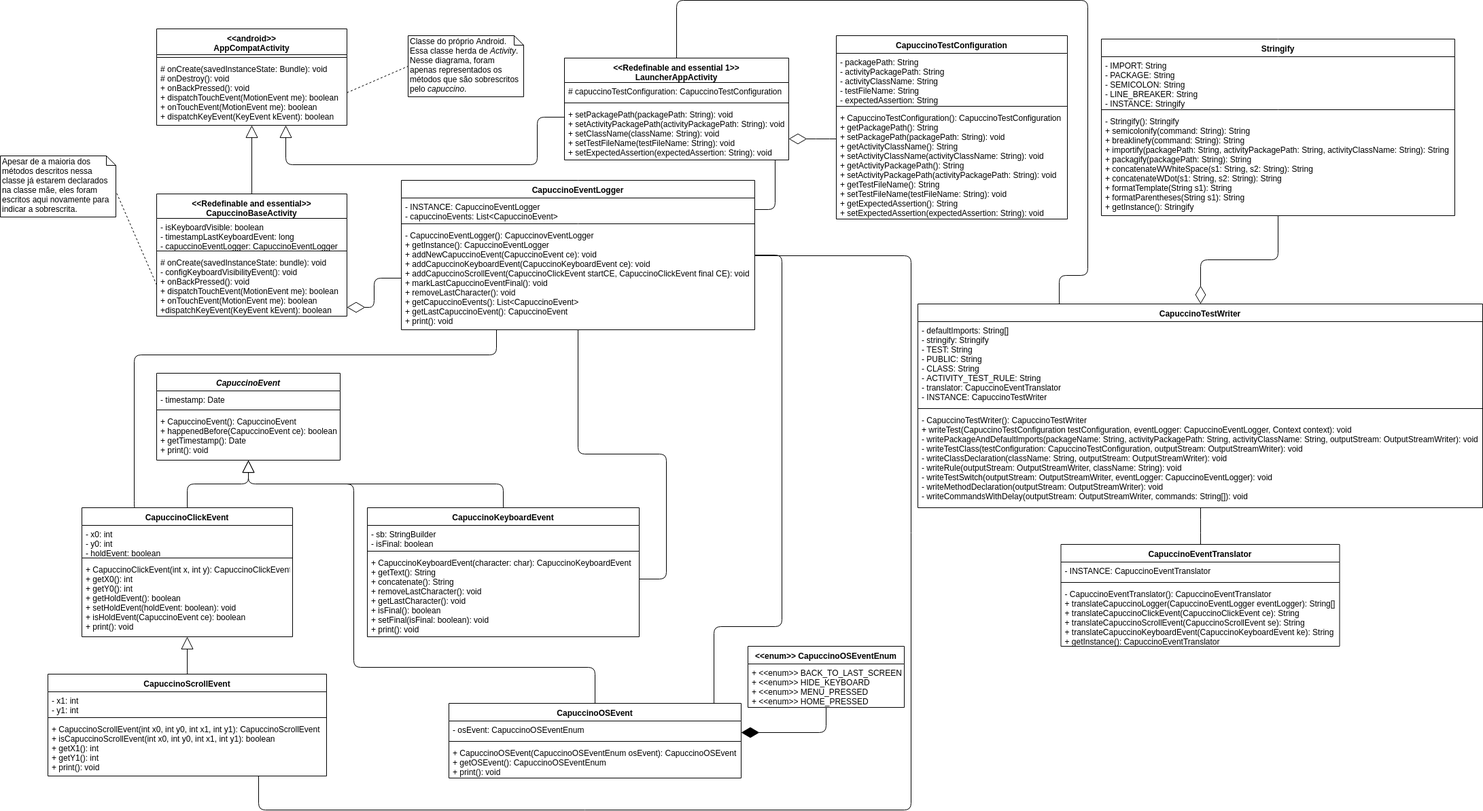
Above: src/text/tex/img/capuccinoDiagram.png in Olegario96/TCC (draw.io), before the change. Source tidied: cells renumbered, new cells last; positions are measured from the earlier drawing's top-left corner, leaving out a move shared by most shapes.
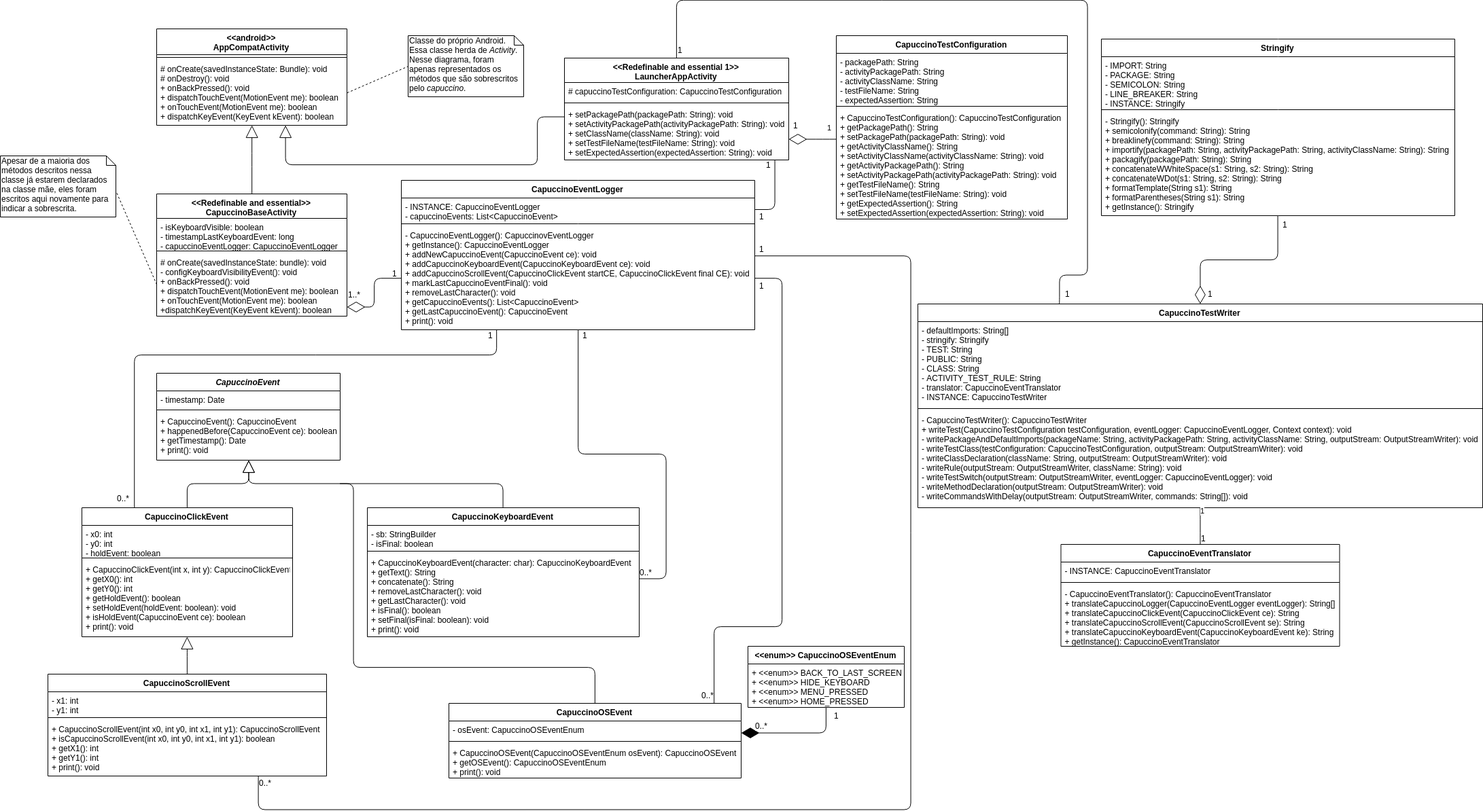
The same diagram one commit later.

Change to the diagram source:
```diff
@@ -26,6 +26,11 @@
     <mxCell id="9" style="endArrow=block;endSize=16;endFill=0;html=1;edgeStyle=orthogonalEdgeStyle;exitX=0.5;exitY=0;exitDx=0;exitDy=0;" parent="1" edge="1" source="5" target="2">
       <mxGeometry relative="1" as="geometry" />
     </mxCell>
+    <mxCell id="76" value="1&lt;br&gt;" style="text;html=1;align=center;verticalAlign=middle;labelBackgroundColor=#ffffff;" parent="9" vertex="1">
+      <mxGeometry x="-0.23" y="-5" relative="1" as="geometry">
+        <mxPoint x="205" y="156" as="offset" />
+      </mxGeometry>
+    </mxCell>
     <mxCell id="10" value="Classe do próprio Android. Essa classe herda de &lt;i&gt;Activity&lt;/i&gt;. Nesse diagrama, foram apenas representados os métodos que são sobrescritos pelo &lt;i&gt;capuccino&lt;/i&gt;." style="shape=note;whiteSpace=wrap;html=1;size=14;verticalAlign=top;align=left;spacingTop=-6;" parent="1" vertex="1">
       <mxGeometry x="600" y="52" width="170" height="90" as="geometry" />
     </mxCell>
@@ -58,6 +63,11 @@
         </Array>
       </mxGeometry>
     </mxCell>
+    <mxCell id="77" value="1..*" style="text;html=1;align=center;verticalAlign=middle;labelBackgroundColor=#ffffff;" parent="18" vertex="1">
+      <mxGeometry x="-0.35" y="10" relative="1" as="geometry">
+        <mxPoint x="-40" y="23" as="offset" />
+      </mxGeometry>
+    </mxCell>
     <mxCell id="19" value="CapuccinoEvent&#10;" style="swimlane;fontStyle=3;align=center;verticalAlign=top;horizontal=1;startSize=26;" parent="1" vertex="1">
       <mxGeometry x="230" y="549" width="270" height="128" as="geometry" />
     </mxCell>
@@ -141,6 +151,16 @@
         </Array>
       </mxGeometry>
     </mxCell>
+    <mxCell id="78" value="0..*" style="text;html=1;align=center;verticalAlign=middle;labelBackgroundColor=#ffffff;" parent="44" vertex="1">
+      <mxGeometry x="0.37" y="3" relative="1" as="geometry">
+        <mxPoint x="-21" y="-14" as="offset" />
+      </mxGeometry>
+    </mxCell>
+    <mxCell id="79" value="1" style="text;html=1;align=center;verticalAlign=middle;labelBackgroundColor=#ffffff;" parent="44" vertex="1">
+      <mxGeometry x="-0.54" y="-10" relative="1" as="geometry">
+        <mxPoint x="15" y="-16" as="offset" />
+      </mxGeometry>
+    </mxCell>
     <mxCell id="45" style="endArrow=none;html=1;edgeStyle=orthogonalEdgeStyle;exitX=0.5;exitY=0;exitDx=0;exitDy=0;" parent="1" edge="1" source="38">
       <mxGeometry relative="1" as="geometry">
         <mxPoint x="500" y="712" as="targetPoint" />
@@ -159,15 +179,35 @@
         </Array>
       </mxGeometry>
     </mxCell>
+    <mxCell id="80" value="1" style="text;html=1;align=center;verticalAlign=middle;labelBackgroundColor=#ffffff;" parent="46" vertex="1">
+      <mxGeometry x="0.61" y="3" relative="1" as="geometry">
+        <mxPoint x="13" y="-99" as="offset" />
+      </mxGeometry>
+    </mxCell>
+    <mxCell id="81" value="0..*" style="text;html=1;align=center;verticalAlign=middle;labelBackgroundColor=#ffffff;" parent="46" vertex="1">
+      <mxGeometry x="-0.85" y="24" relative="1" as="geometry">
+        <mxPoint x="-6" y="-10" as="offset" />
+      </mxGeometry>
+    </mxCell>
-    <mxCell id="47" style="endArrow=none;html=1;edgeStyle=orthogonalEdgeStyle;" parent="1" edge="1" source="38" target="14">
+    <mxCell id="47" style="endArrow=none;html=1;edgeStyle=orthogonalEdgeStyle;entryX=1;entryY=0.5;entryDx=0;entryDy=0;" parent="1" edge="1" source="38" target="17">
       <mxGeometry relative="1" as="geometry">
         <Array as="points">
           <mxPoint x="1050" y="922" />
           <mxPoint x="1150" y="922" />
-          <mxPoint x="1150" y="375" />
+          <mxPoint x="1150" y="409" />
         </Array>
       </mxGeometry>
     </mxCell>
+    <mxCell id="82" value="0..*" style="text;html=1;align=center;verticalAlign=middle;labelBackgroundColor=#ffffff;" parent="47" vertex="1">
+      <mxGeometry x="-0.92" y="-3" relative="1" as="geometry">
+        <mxPoint x="-13" y="18" as="offset" />
+      </mxGeometry>
+    </mxCell>
+    <mxCell id="83" value="1" style="text;html=1;align=center;verticalAlign=middle;labelBackgroundColor=#ffffff;" parent="47" vertex="1">
+      <mxGeometry x="0.75" y="-3" relative="1" as="geometry">
+        <mxPoint x="-33" y="-46" as="offset" />
+      </mxGeometry>
+    </mxCell>
     <mxCell id="48" style="endArrow=none;html=1;edgeStyle=orthogonalEdgeStyle;" parent="1" edge="1" source="28" target="14">
       <mxGeometry relative="1" as="geometry">
         <Array as="points">
@@ -177,6 +217,16 @@
         </Array>
       </mxGeometry>
     </mxCell>
+    <mxCell id="84" value="0..*&lt;br&gt;" style="text;html=1;align=center;verticalAlign=middle;labelBackgroundColor=#ffffff;" parent="48" vertex="1">
+      <mxGeometry x="-0.95" y="30" relative="1" as="geometry">
+        <mxPoint x="10" y="-10" as="offset" />
+      </mxGeometry>
+    </mxCell>
+    <mxCell id="85" value="1" style="text;html=1;align=center;verticalAlign=middle;labelBackgroundColor=#ffffff;" parent="48" vertex="1">
+      <mxGeometry x="0.91" y="-2" relative="1" as="geometry">
+        <mxPoint x="-82" y="-9" as="offset" />
+      </mxGeometry>
+    </mxCell>
     <mxCell id="49" style="endArrow=none;html=1;edgeStyle=orthogonalEdgeStyle;exitX=0.25;exitY=0;exitDx=0;exitDy=0;" parent="1" edge="1" source="23" target="17">
       <mxGeometry relative="1" as="geometry">
         <Array as="points">
@@ -185,6 +235,16 @@
         </Array>
       </mxGeometry>
     </mxCell>
+    <mxCell id="86" value="1" style="text;html=1;align=center;verticalAlign=middle;labelBackgroundColor=#ffffff;" parent="49" vertex="1">
+      <mxGeometry x="0.76" y="-2" relative="1" as="geometry">
+        <mxPoint x="48" y="-32" as="offset" />
+      </mxGeometry>
+    </mxCell>
+    <mxCell id="87" value="0..*" style="text;html=1;align=center;verticalAlign=middle;labelBackgroundColor=#ffffff;" parent="49" vertex="1">
+      <mxGeometry x="0.71" y="-1" relative="1" as="geometry">
+        <mxPoint x="-472" y="209" as="offset" />
+      </mxGeometry>
+    </mxCell>
     <mxCell id="50" value="&lt;&lt;Redefinable and essential 1&gt;&gt;&#10;LauncherAppActivity" style="swimlane;fontStyle=1;align=center;verticalAlign=top;horizontal=1;startSize=36;" parent="1" vertex="1">
       <mxGeometry x="830" y="85" width="330" height="150" as="geometry" />
     </mxCell>
@@ -218,12 +278,13 @@
     <mxCell id="58" value="+ CapuccinoTestConfiguration(): CapuccinoTestConfiguration&#10;+ getPackagePath(): String&#10;+ setPackagePath(packagePath: String): void&#10;+ getActivityClassName(): String&#10;+ setActivityClassName(activityClassName: String): void&#10;+ getActivityPackagePath(): String&#10;+ setActivityPackagePath(activityPackagePath: String): void&#10;+ getTestFileName(): String&#10;+ setTestFileName(testFileName: String): void&#10;+ getExpectedAssertion(): String&#10;+ setExpectedAssertion(expectedAssertion: String): void&#10;" style="text;strokeColor=none;fillColor=none;align=left;verticalAlign=top;spacingLeft=4;spacingRight=4;overflow=hidden;" parent="55" vertex="1">
       <mxGeometry y="108" width="340" height="162" as="geometry" />
     </mxCell>
-    <mxCell id="59" style="endArrow=diamondThin;endFill=0;endSize=24;html=1;edgeStyle=orthogonalEdgeStyle;" parent="1" edge="1" source="55" target="53">
-      <mxGeometry relative="1" as="geometry">
+    <mxCell id="59" value="1" style="endArrow=diamondThin;endFill=0;endSize=24;html=1;edgeStyle=orthogonalEdgeStyle;" parent="1" edge="1" source="55" target="53">
+      <mxGeometry x="-0.43" y="-20" relative="1" as="geometry">
         <Array as="points">
           <mxPoint x="1210" y="204" />
           <mxPoint x="1210" y="204" />
         </Array>
+        <mxPoint x="10" y="3" as="offset" />
       </mxGeometry>
     </mxCell>
     <mxCell id="60" style="endArrow=none;html=1;edgeStyle=orthogonalEdgeStyle;" parent="1" edge="1" source="15" target="53">
@@ -233,6 +294,16 @@
         </Array>
       </mxGeometry>
     </mxCell>
+    <mxCell id="88" value="1" style="text;html=1;align=center;verticalAlign=middle;labelBackgroundColor=#ffffff;" parent="60" vertex="1">
+      <mxGeometry x="-0.42" y="8" relative="1" as="geometry">
+        <mxPoint x="-12" y="9" as="offset" />
+      </mxGeometry>
+    </mxCell>
+    <mxCell id="89" value="1" style="text;html=1;align=center;verticalAlign=middle;labelBackgroundColor=#ffffff;" parent="60" vertex="1">
+      <mxGeometry x="0.63" y="2" relative="1" as="geometry">
+        <mxPoint x="-8" y="-13" as="offset" />
+      </mxGeometry>
+    </mxCell>
     <mxCell id="61" value="Stringify" style="swimlane;fontStyle=1;align=center;verticalAlign=top;horizontal=1;startSize=26;" parent="1" vertex="1">
       <mxGeometry x="1620" y="57" width="520" height="260" as="geometry" />
     </mxCell>
@@ -269,12 +340,27 @@
     <mxCell id="72" value="- CapuccinoEventTranslator(): CapuccinoEventTranslator&#10;+ translateCapuccinoLogger(CapuccinoEventLogger eventLogger): String[]&#10;+ translateCapuccinoClickEvent(CapuccinoClickEvent ce): String&#10;+ translateCapuccinoScrollEvent(CapuccinoScrollEvent se): String&#10;+ translateCapuccinoKeyboardEvent(CapuccinoKeyboardEvent ke): String&#10;+ getInstance(): CapuccinoEventTranslator&#10;" style="text;strokeColor=none;fillColor=none;align=left;verticalAlign=top;spacingLeft=4;spacingRight=4;overflow=hidden;" parent="69" vertex="1">
       <mxGeometry y="60" width="410" height="90" as="geometry" />
     </mxCell>
-    <mxCell id="73" style="endArrow=none;html=1;edgeStyle=orthogonalEdgeStyle;exitX=0.5;exitY=0;exitDx=0;exitDy=0;" parent="1" edge="1" source="69" target="65">
-      <mxGeometry relative="1" as="geometry" />
+    <mxCell id="73" value="1" style="endArrow=none;html=1;edgeStyle=orthogonalEdgeStyle;exitX=0.5;exitY=0;exitDx=0;exitDy=0;" parent="1" edge="1" source="69" target="65">
+      <mxGeometry x="0.81" y="-4" relative="1" as="geometry" />
     </mxCell>
+    <mxCell id="90" value="1" style="text;html=1;align=center;verticalAlign=middle;labelBackgroundColor=#ffffff;" parent="73" vertex="1">
+      <mxGeometry y="-7" relative="1" as="geometry">
+        <mxPoint x="-2.5" y="18" as="offset" />
+      </mxGeometry>
+    </mxCell>
     <mxCell id="74" style="endArrow=diamondThin;endFill=0;endSize=24;html=1;edgeStyle=orthogonalEdgeStyle;" parent="1" edge="1" source="61" target="65">
       <mxGeometry relative="1" as="geometry" />
     </mxCell>
+    <mxCell id="91" value="1" style="text;html=1;align=center;verticalAlign=middle;labelBackgroundColor=#ffffff;" parent="74" vertex="1">
+      <mxGeometry x="-0.58" y="-2" relative="1" as="geometry">
+        <mxPoint x="12.5" y="-38.5" as="offset" />
+      </mxGeometry>
+    </mxCell>
+    <mxCell id="92" value="1" style="text;html=1;align=center;verticalAlign=middle;labelBackgroundColor=#ffffff;" parent="74" vertex="1">
+      <mxGeometry x="0.61" y="2" relative="1" as="geometry">
+        <mxPoint x="12.5" y="32.5" as="offset" />
+      </mxGeometry>
+    </mxCell>
     <mxCell id="75" style="endArrow=none;html=1;edgeStyle=orthogonalEdgeStyle;exitX=0.25;exitY=0;exitDx=0;exitDy=0;entryX=0.5;entryY=0;entryDx=0;entryDy=0;" parent="1" edge="1" source="65" target="50">
       <mxGeometry relative="1" as="geometry">
         <Array as="points">
@@ -285,5 +371,20 @@
         </Array>
       </mxGeometry>
     </mxCell>
+    <mxCell id="93" value="1" style="text;html=1;align=center;verticalAlign=middle;labelBackgroundColor=#ffffff;" parent="75" vertex="1">
+      <mxGeometry x="0.96" y="3" relative="1" as="geometry">
+        <mxPoint x="2" y="11" as="offset" />
+      </mxGeometry>
+    </mxCell>
+    <mxCell id="94" value="1" style="text;html=1;align=center;verticalAlign=middle;labelBackgroundColor=#ffffff;" parent="75" vertex="1">
+      <mxGeometry x="-0.84" y="1" relative="1" as="geometry">
+        <mxPoint x="-29" y="38" as="offset" />
+      </mxGeometry>
+    </mxCell>
+    <mxCell id="95" value="1" style="text;html=1;align=center;verticalAlign=middle;labelBackgroundColor=#ffffff;" parent="75" vertex="1">
+      <mxGeometry x="0.44" y="-6" relative="1" as="geometry">
+        <mxPoint x="-70" y="190" as="offset" />
+      </mxGeometry>
+    </mxCell>
   </root>
 </mxGraphModel>
```
